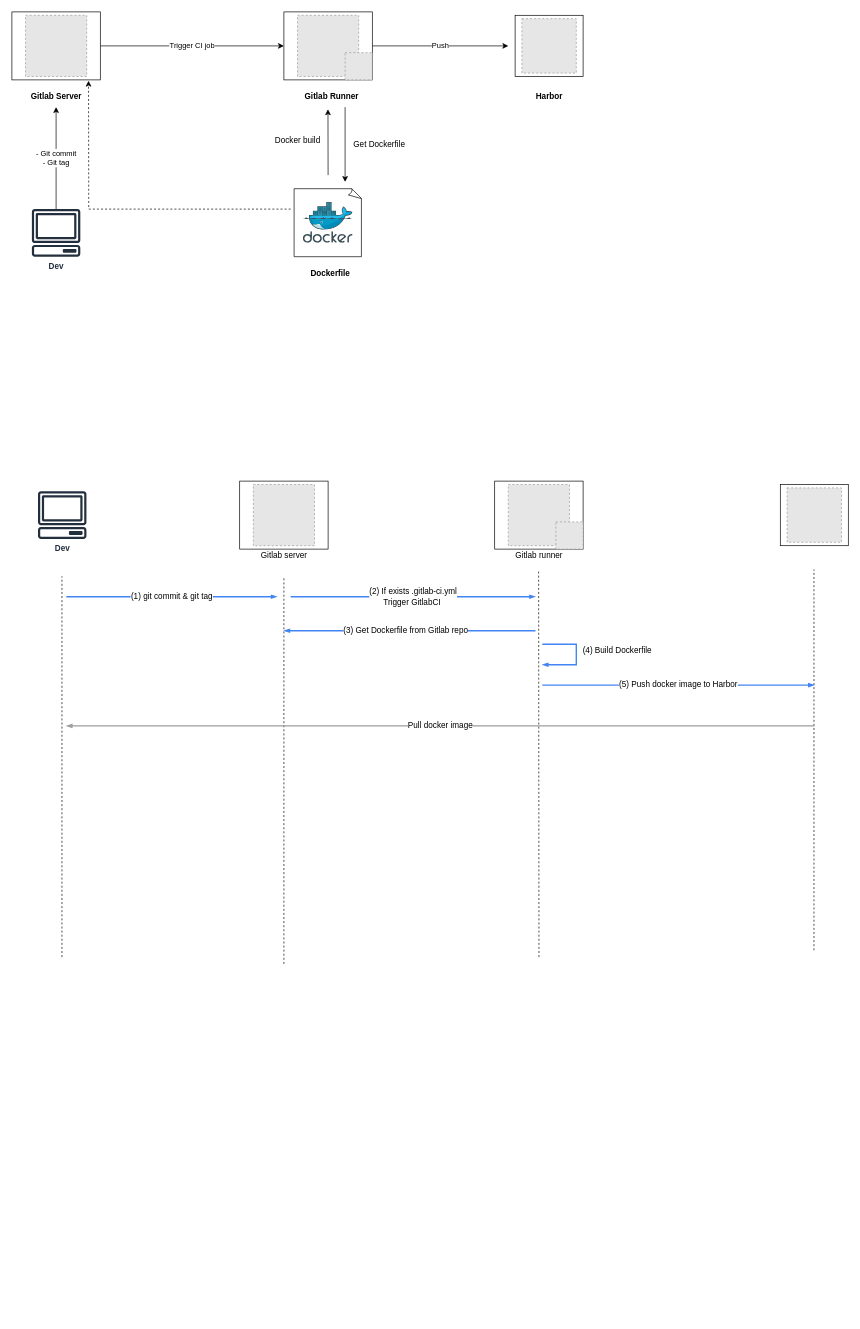
Earlier version of the draw.io diagram page "Page-2" (2 of 3) of Untitled Diagram.drawio (ManhKhoa1507/Temp). Source tidied: cells renumbered, new cells numbered last; positions are measured from the earlier drawing's top-left corner, leaving out a move shared by most shapes. Both pictures are drawn from the tidied source at 68%, with x=0, y=0 at pixel (12, 12). Pictures stored in the file or linked from it are replaced by grey dashed boxes.
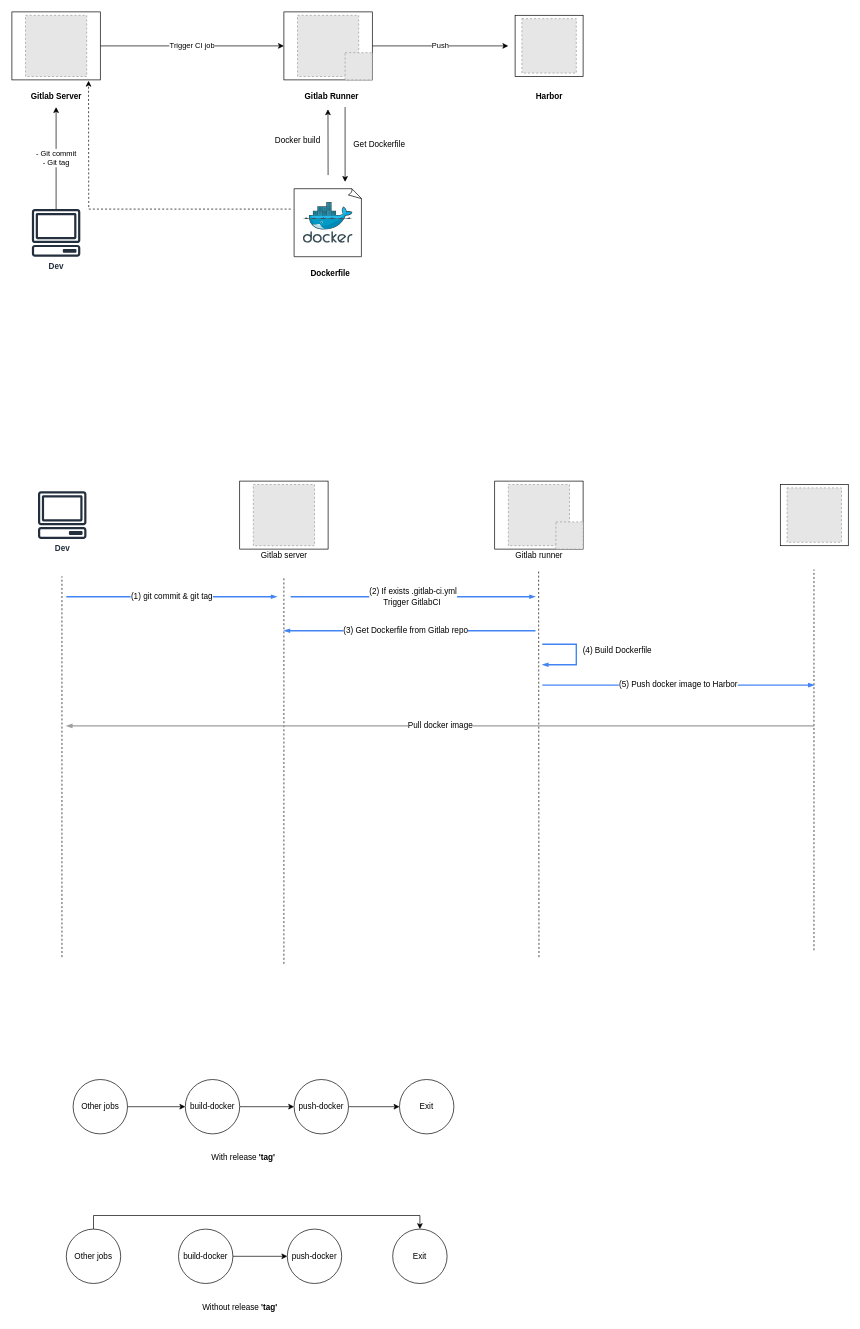
Above is the later version.

Change to the diagram source:
```diff
@@
+    <mxCell id="44" style="edgeStyle=orthogonalEdgeStyle;rounded=0;jettySize=auto;html=1;exitX=1;exitY=0.5;exitDx=0;exitDy=0;entryX=0;entryY=0.5;entryDx=0;entryDy=0;" parent="1" edge="1" source="45" target="47">
+      <mxGeometry relative="1" as="geometry" />
+    </mxCell>
+    <mxCell id="45" value="Other jobs" style="ellipse;whiteSpace=wrap;html=1;" parent="1" vertex="1">
+      <mxGeometry x="90" y="1570" width="80" height="80" as="geometry" />
+    </mxCell>
+    <mxCell id="46" style="edgeStyle=orthogonalEdgeStyle;rounded=0;jettySize=auto;html=1;exitX=1;exitY=0.5;exitDx=0;exitDy=0;entryX=0;entryY=0.5;entryDx=0;entryDy=0;" parent="1" edge="1" source="47" target="49">
+      <mxGeometry relative="1" as="geometry" />
+    </mxCell>
+    <mxCell id="47" value="build-docker" style="ellipse;whiteSpace=wrap;html=1;" parent="1" vertex="1">
+      <mxGeometry x="255" y="1570" width="80" height="80" as="geometry" />
+    </mxCell>
+    <mxCell id="48" style="edgeStyle=orthogonalEdgeStyle;rounded=0;jettySize=auto;html=1;exitX=1;exitY=0.5;exitDx=0;exitDy=0;entryX=0;entryY=0.5;entryDx=0;entryDy=0;" parent="1" edge="1" source="49" target="50">
+      <mxGeometry relative="1" as="geometry" />
+    </mxCell>
+    <mxCell id="49" value="push-docker" style="ellipse;whiteSpace=wrap;html=1;" parent="1" vertex="1">
+      <mxGeometry x="415" y="1570" width="80" height="80" as="geometry" />
+    </mxCell>
+    <mxCell id="50" value="Exit" style="ellipse;whiteSpace=wrap;html=1;" parent="1" vertex="1">
+      <mxGeometry x="570" y="1570" width="80" height="80" as="geometry" />
+    </mxCell>
+    <mxCell id="51" style="edgeStyle=orthogonalEdgeStyle;rounded=0;jettySize=auto;html=1;exitX=0.5;exitY=0;exitDx=0;exitDy=0;entryX=0.5;entryY=0;entryDx=0;entryDy=0;" parent="1" edge="1" source="52" target="56">
+      <mxGeometry relative="1" as="geometry" />
+    </mxCell>
+    <mxCell id="52" value="Other jobs" style="ellipse;whiteSpace=wrap;html=1;" parent="1" vertex="1">
+      <mxGeometry x="80" y="1790" width="80" height="80" as="geometry" />
+    </mxCell>
+    <mxCell id="53" style="edgeStyle=orthogonalEdgeStyle;rounded=0;jettySize=auto;html=1;exitX=1;exitY=0.5;exitDx=0;exitDy=0;entryX=0;entryY=0.5;entryDx=0;entryDy=0;" parent="1" edge="1" source="54" target="55">
+      <mxGeometry relative="1" as="geometry" />
+    </mxCell>
+    <mxCell id="54" value="build-docker" style="ellipse;whiteSpace=wrap;html=1;" parent="1" vertex="1">
+      <mxGeometry x="245" y="1790" width="80" height="80" as="geometry" />
+    </mxCell>
+    <mxCell id="55" value="push-docker" style="ellipse;whiteSpace=wrap;html=1;" parent="1" vertex="1">
+      <mxGeometry x="405" y="1790" width="80" height="80" as="geometry" />
+    </mxCell>
+    <mxCell id="56" value="Exit" style="ellipse;whiteSpace=wrap;html=1;" parent="1" vertex="1">
+      <mxGeometry x="560" y="1790" width="80" height="80" as="geometry" />
+    </mxCell>
+    <mxCell id="57" value="With release&amp;nbsp;&lt;b&gt;'tag'&lt;/b&gt;" style="text;html=1;align=center;verticalAlign=middle;strokeColor=none;fillColor=none;" parent="1" vertex="1">
+      <mxGeometry x="280" y="1670" width="120" height="30" as="geometry" />
+    </mxCell>
+    <mxCell id="58" value="Without release &lt;b&gt;'tag'&lt;/b&gt;" style="text;html=1;align=center;verticalAlign=middle;strokeColor=none;fillColor=none;" parent="1" vertex="1">
+      <mxGeometry x="270" y="1890" width="130" height="30" as="geometry" />
+    </mxCell>
```
